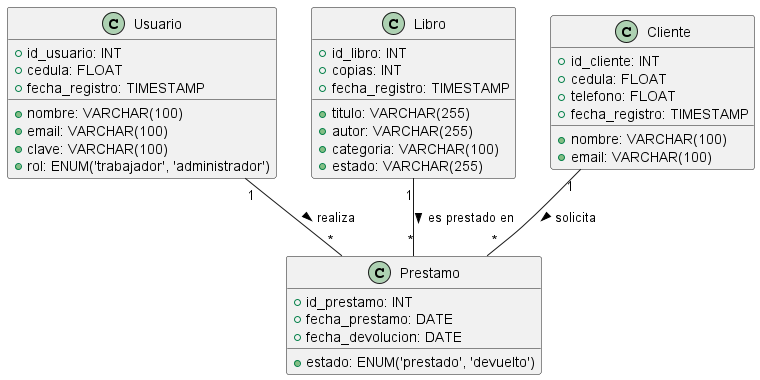
CorhuilaUniversitario/Biblioteca-Atena keeps this PlantUML diagram as Imagenes/Diagrama_Clases.png. Above is the earlier version. The source it was exported from:
```plantuml
@startuml Diagrama_Clases

class Usuario {
    +id_usuario: INT
    +nombre: VARCHAR(100)
    +cedula: FLOAT
    +email: VARCHAR(100)
    +clave: VARCHAR(100)
    +rol: ENUM('trabajador', 'administrador')
    +fecha_registro: TIMESTAMP
}

class Libro {
    +id_libro: INT
    +titulo: VARCHAR(255)
    +autor: VARCHAR(255)
    +categoria: VARCHAR(100)
    +copias: INT
    +estado: VARCHAR(255)
    +fecha_registro: TIMESTAMP
}

class Cliente {
    +id_cliente: INT
    +nombre: VARCHAR(100)
    +cedula: FLOAT
    +telefono: FLOAT
    +email: VARCHAR(100)
    +fecha_registro: TIMESTAMP
}

class Prestamo {
    +id_prestamo: INT
    +fecha_prestamo: DATE
    +fecha_devolucion: DATE
    +estado: ENUM('prestado', 'devuelto')
}

Usuario "1" -- "*" Prestamo: realiza >
Cliente "1" -- "*" Prestamo: solicita >
Libro "1" -- "*" Prestamo: es prestado en >

@enduml
```
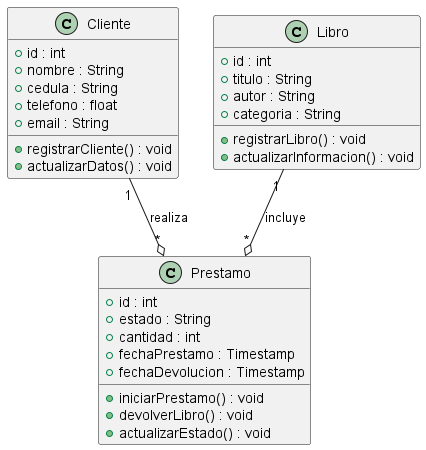
After the commit.

The edit, as a diff of the source:
```diff
@@ -1,43 +1,39 @@
 @startuml Diagrama_Clases
 
-class Usuario {
-    +id_usuario: INT
-    +nombre: VARCHAR(100)
-    +cedula: FLOAT
-    +email: VARCHAR(100)
-    +clave: VARCHAR(100)
-    +rol: ENUM('trabajador', 'administrador')
-    +fecha_registro: TIMESTAMP
+class Cliente {
+    +id : int
+    +nombre : String
+    +cedula : String
+    +telefono : float
+    +email : String
+
+    +registrarCliente() : void
+    +actualizarDatos() : void
 }
 
 class Libro {
-    +id_libro: INT
-    +titulo: VARCHAR(255)
-    +autor: VARCHAR(255)
-    +categoria: VARCHAR(100)
-    +copias: INT
-    +estado: VARCHAR(255)
-    +fecha_registro: TIMESTAMP
-}
+    +id : int
+    +titulo : String
+    +autor : String
+    +categoria : String
 
-class Cliente {
-    +id_cliente: INT
-    +nombre: VARCHAR(100)
-    +cedula: FLOAT
-    +telefono: FLOAT
-    +email: VARCHAR(100)
-    +fecha_registro: TIMESTAMP
+    +registrarLibro() : void
+    +actualizarInformacion() : void
 }
 
 class Prestamo {
-    +id_prestamo: INT
-    +fecha_prestamo: DATE
-    +fecha_devolucion: DATE
-    +estado: ENUM('prestado', 'devuelto')
+    +id : int
+    +estado : String
+    +cantidad : int
+    +fechaPrestamo : Timestamp
+    +fechaDevolucion : Timestamp
+
+    +iniciarPrestamo() : void
+    +devolverLibro() : void
+    +actualizarEstado() : void
 }
 
-Usuario "1" -- "*" Prestamo: realiza >
-Cliente "1" -- "*" Prestamo: solicita >
-Libro "1" -- "*" Prestamo: es prestado en >
+Cliente "1" --o "*" Prestamo : realiza
+Libro "1" --o "*" Prestamo : incluye
 
 @enduml
```
